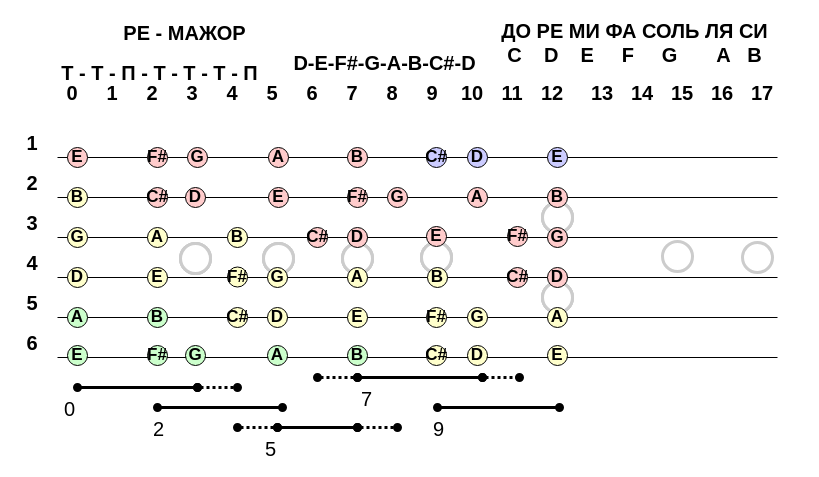
Before: page "Сводная" (2 of 2) of Гаммы/Ре мажор.drawio in karelinov/guitar, a draw.io diagram. Source tidied: cells renumbered, new cells numbered last; positions are measured from the earlier drawing's top-left corner, leaving out a move shared by most shapes. Both pictures are drawn from the tidied source at 100%, with x=0, y=0 at pixel (17, 17).
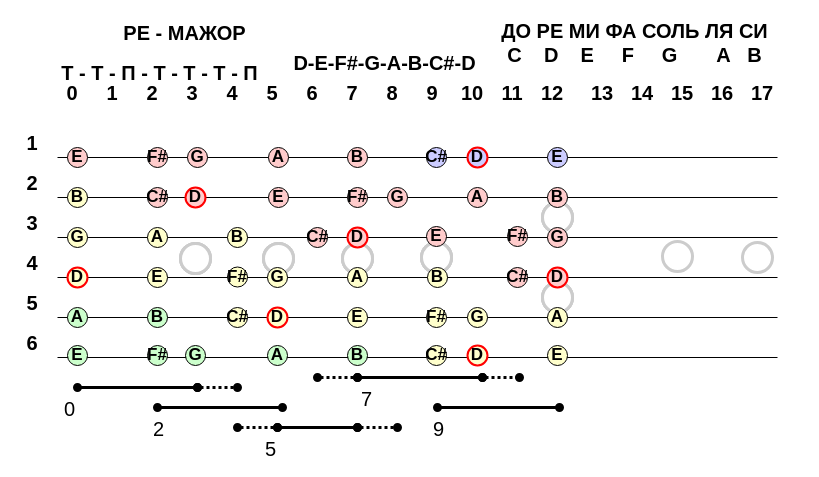
Above is the later version.

Change to the diagram source:
```diff
@@
-    <mxCell id="56" value="&lt;font size=&quot;1&quot; style=&quot;&quot;&gt;&lt;b style=&quot;font-size: 17px;&quot;&gt;D&lt;/b&gt;&lt;/font&gt;" style="ellipse;whiteSpace=wrap;html=1;strokeColor=default;strokeWidth=1;fillColor=#FFCCCC;" parent="1" vertex="1">
+    <mxCell id="56" value="&lt;font size=&quot;1&quot; style=&quot;&quot;&gt;&lt;b style=&quot;font-size: 17px;&quot;&gt;D&lt;/b&gt;&lt;/font&gt;" style="ellipse;whiteSpace=wrap;html=1;strokeColor=#FF0000;strokeWidth=2;fillColor=#FFCCCC;" parent="1" vertex="1">
       <mxGeometry x="330" y="210" width="20" height="20" as="geometry" />
     </mxCell>
@@
-    <mxCell id="65" value="&lt;span style=&quot;font-size: 17px;&quot;&gt;&lt;b&gt;D&lt;/b&gt;&lt;/span&gt;" style="ellipse;whiteSpace=wrap;html=1;strokeColor=default;strokeWidth=1;fillColor=#CCCCFF;" parent="1" vertex="1">
+    <mxCell id="65" value="&lt;span style=&quot;font-size: 17px;&quot;&gt;&lt;b&gt;D&lt;/b&gt;&lt;/span&gt;" style="ellipse;whiteSpace=wrap;html=1;strokeColor=#FF0000;strokeWidth=2;fillColor=#CCCCFF;" parent="1" vertex="1">
       <mxGeometry x="450" y="130" width="20" height="20" as="geometry" />
     </mxCell>
@@
-    <mxCell id="70" value="&lt;font style=&quot;font-size: 17px;&quot;&gt;&lt;b&gt;D&lt;/b&gt;&lt;/font&gt;" style="ellipse;whiteSpace=wrap;html=1;strokeColor=default;strokeWidth=1;fillColor=#FFFFCC;" parent="1" vertex="1">
+    <mxCell id="70" value="&lt;font style=&quot;font-size: 17px;&quot;&gt;&lt;b&gt;D&lt;/b&gt;&lt;/font&gt;" style="ellipse;whiteSpace=wrap;html=1;strokeColor=#FF0000;strokeWidth=2;fillColor=#FFFFCC;" parent="1" vertex="1">
       <mxGeometry x="450" y="328" width="20" height="20" as="geometry" />
     </mxCell>
@@
-    <mxCell id="77" value="&lt;font size=&quot;1&quot; style=&quot;&quot;&gt;&lt;b style=&quot;font-size: 17px;&quot;&gt;D&lt;/b&gt;&lt;/font&gt;" style="ellipse;whiteSpace=wrap;html=1;strokeColor=default;strokeWidth=1;fillColor=#FFCCCC;" parent="1" vertex="1">
+    <mxCell id="77" value="&lt;font size=&quot;1&quot; style=&quot;&quot;&gt;&lt;b style=&quot;font-size: 17px;&quot;&gt;D&lt;/b&gt;&lt;/font&gt;" style="ellipse;whiteSpace=wrap;html=1;strokeColor=#FF0000;strokeWidth=2;fillColor=#FFCCCC;" parent="1" vertex="1">
       <mxGeometry x="168" y="170" width="20" height="20" as="geometry" />
     </mxCell>
@@
-    <mxCell id="81" value="&lt;font style=&quot;font-size: 17px;&quot;&gt;&lt;b&gt;D&lt;/b&gt;&lt;/font&gt;" style="ellipse;whiteSpace=wrap;html=1;strokeColor=default;strokeWidth=1;fillColor=#FFFFCC;" parent="1" vertex="1">
+    <mxCell id="81" value="&lt;font style=&quot;font-size: 17px;&quot;&gt;&lt;b&gt;D&lt;/b&gt;&lt;/font&gt;" style="ellipse;whiteSpace=wrap;html=1;strokeColor=#FF0000;strokeWidth=2;fillColor=#FFFFCC;" parent="1" vertex="1">
       <mxGeometry x="50" y="250" width="20" height="20" as="geometry" />
     </mxCell>
@@
-    <mxCell id="89" value="&lt;font style=&quot;font-size: 17px;&quot;&gt;&lt;b&gt;D&lt;/b&gt;&lt;/font&gt;" style="ellipse;whiteSpace=wrap;html=1;strokeColor=default;strokeWidth=1;fillColor=#FFFFCC;" parent="1" vertex="1">
+    <mxCell id="89" value="&lt;font style=&quot;font-size: 17px;&quot;&gt;&lt;b&gt;D&lt;/b&gt;&lt;/font&gt;" style="ellipse;whiteSpace=wrap;html=1;strokeColor=#FF0000;strokeWidth=2;fillColor=#FFFFCC;" parent="1" vertex="1">
       <mxGeometry x="250" y="290" width="20" height="20" as="geometry" />
     </mxCell>
@@
-    <mxCell id="111" value="&lt;font size=&quot;1&quot; style=&quot;&quot;&gt;&lt;b style=&quot;font-size: 17px;&quot;&gt;D&lt;/b&gt;&lt;/font&gt;" style="ellipse;whiteSpace=wrap;html=1;strokeColor=default;strokeWidth=1;fillColor=#FFCCCC;" parent="1" vertex="1">
+    <mxCell id="111" value="&lt;font size=&quot;1&quot; style=&quot;&quot;&gt;&lt;b style=&quot;font-size: 17px;&quot;&gt;D&lt;/b&gt;&lt;/font&gt;" style="ellipse;whiteSpace=wrap;html=1;strokeColor=#FF0000;strokeWidth=2;fillColor=#FFCCCC;" parent="1" vertex="1">
       <mxGeometry x="530" y="250" width="20" height="20" as="geometry" />
     </mxCell>
```
